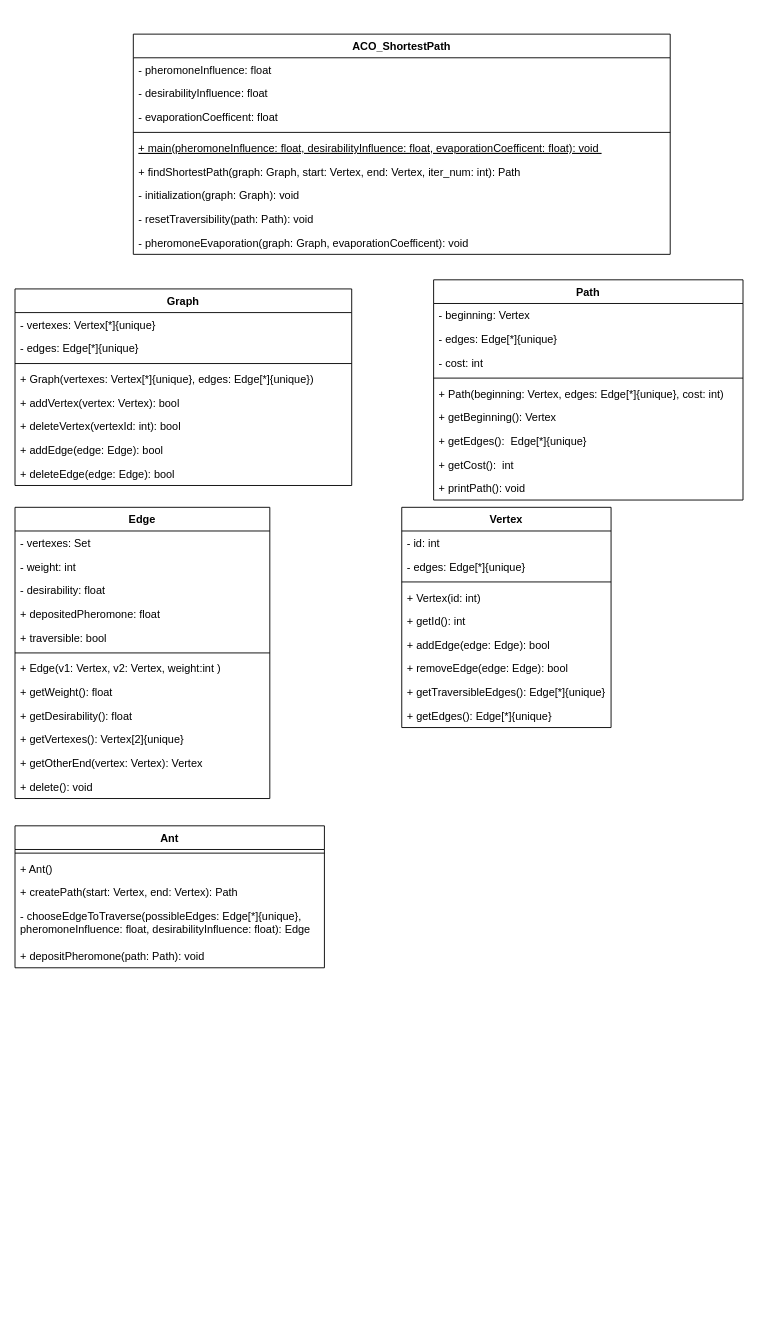
Michael-Czekanski/ACO_ShortestPath_Documentation keeps this draw.io diagram as Diagrams/ClassDiagram_ACO_ShortestPath.drawio. Above is the earlier version. Source tidied: cells renumbered, new cells numbered last; positions are measured from the earlier drawing's top-left corner, leaving out a move shared by most shapes. Both pictures are drawn from the tidied source at 91%, with x=0, y=0 at pixel (15, 34).
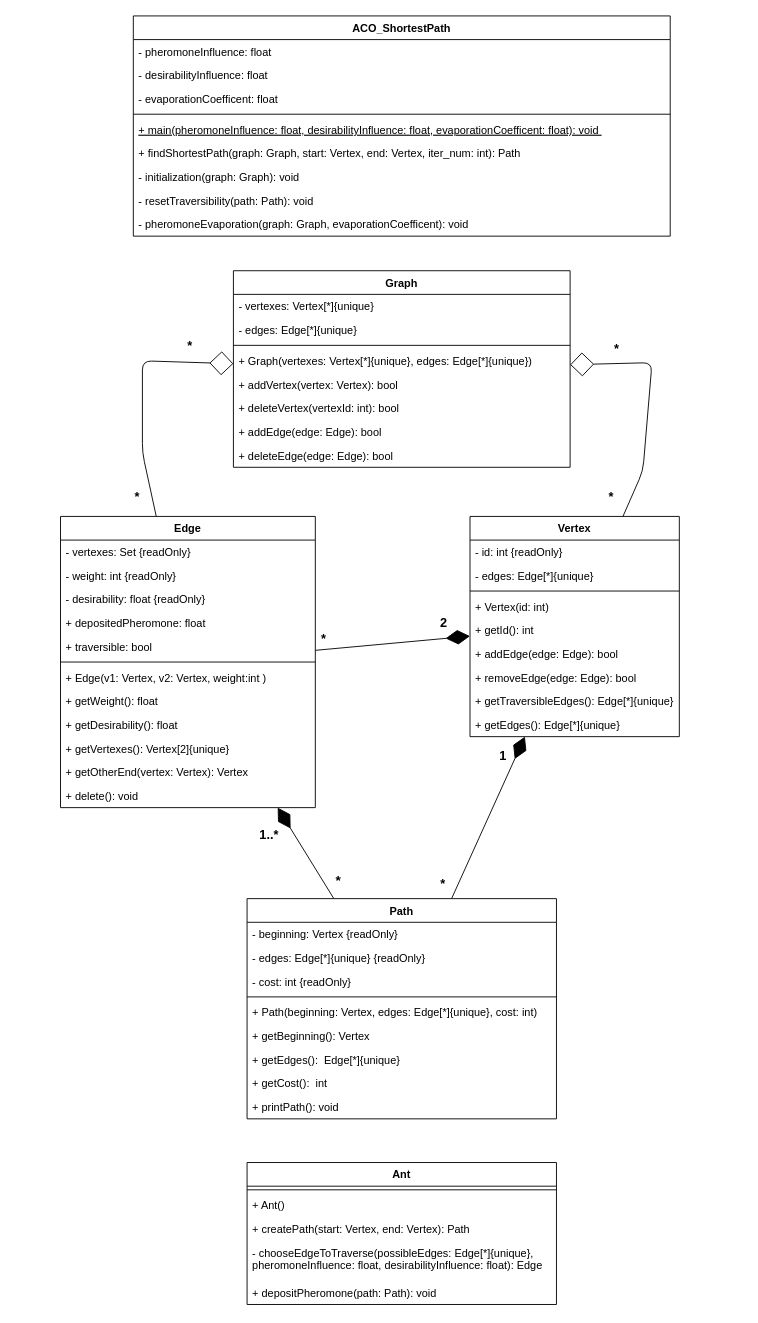
The same page after the edit.

Commit message:
Add aggregations and compositions in class diagram

Diff of the diagram source:
```diff
@@
     <mxCell id="2" value="ACO_ShortestPath" style="swimlane;fontStyle=1;align=center;verticalAlign=top;horizontal=1;startSize=26;" parent="1" vertex="1">
-      <mxGeometry x="130" width="590" height="242" as="geometry" />
+      <mxGeometry x="130" y="-20" width="590" height="242" as="geometry" />
     </mxCell>
@@
+    <mxCell id="60" style="endArrow=diamondThin;endFill=1;endSize=24;html=1;" parent="1" edge="1" source="21" target="34">
+      <mxGeometry relative="1" as="geometry" />
+    </mxCell>
+    <mxCell id="61" value="2" style="edgeLabel;html=1;align=center;verticalAlign=middle;fontSize=14;fontStyle=1;" parent="60" vertex="1">
+      <mxGeometry x="0.63" y="1" relative="1" as="geometry">
+        <mxPoint x="1.9" y="-17.4" as="offset" />
+      </mxGeometry>
+    </mxCell>
+    <mxCell id="62" value="*" style="edgeLabel;html=1;align=center;verticalAlign=middle;fontSize=14;fontStyle=1;" parent="60" vertex="1">
+      <mxGeometry x="-0.9" y="3" relative="1" as="geometry">
+        <mxPoint y="-9.1" as="offset" />
+      </mxGeometry>
+    </mxCell>
+    <mxCell id="63" style="endArrow=diamondThin;endFill=1;endSize=24;html=1;" parent="1" edge="1" source="44" target="21">
+      <mxGeometry relative="1" as="geometry" />
+    </mxCell>
+    <mxCell id="64" value="1..*" style="edgeLabel;html=1;align=center;verticalAlign=middle;fontStyle=1;fontSize=14;" parent="63" vertex="1">
+      <mxGeometry x="0.63" y="1" relative="1" as="geometry">
+        <mxPoint x="-20.5" y="11.1" as="offset" />
+      </mxGeometry>
+    </mxCell>
+    <mxCell id="65" value="*" style="edgeLabel;html=1;align=center;verticalAlign=middle;fontSize=15;fontStyle=1;" parent="63" vertex="1">
+      <mxGeometry x="-0.9" y="3" relative="1" as="geometry">
+        <mxPoint x="9.8" y="-17.3" as="offset" />
+      </mxGeometry>
+    </mxCell>
+    <mxCell id="66" style="endArrow=diamondThin;endFill=1;endSize=24;html=1;" parent="1" edge="1" source="44" target="34">
+      <mxGeometry relative="1" as="geometry" />
+    </mxCell>
+    <mxCell id="67" value="1" style="edgeLabel;html=1;align=center;verticalAlign=middle;fontSize=14;fontStyle=1;" parent="66" vertex="1">
+      <mxGeometry x="0.63" y="1" relative="1" as="geometry">
+        <mxPoint x="-8.4" y="-12" as="offset" />
+      </mxGeometry>
+    </mxCell>
+    <mxCell id="68" value="*" style="edgeLabel;html=1;align=center;verticalAlign=middle;fontSize=14;fontStyle=1;" parent="66" vertex="1">
+      <mxGeometry x="-0.9" y="3" relative="1" as="geometry">
+        <mxPoint x="-11.9" y="-5.8" as="offset" />
+      </mxGeometry>
+    </mxCell>
     <mxCell id="12" value="Graph" style="swimlane;fontStyle=1;align=center;verticalAlign=top;horizontal=1;startSize=26;" parent="1" vertex="1">
-      <mxGeometry y="280" width="370" height="216" as="geometry" />
+      <mxGeometry x="240" y="260" width="370" height="216" as="geometry" />
     </mxCell>
@@
+    <mxCell id="34" value="Vertex" style="swimlane;fontStyle=1;align=center;verticalAlign=top;horizontal=1;startSize=26;" parent="1" vertex="1">
+      <mxGeometry x="500" y="530" width="230" height="242" as="geometry" />
+    </mxCell>
+    <mxCell id="35" value="- id: int {readOnly}" style="text;strokeColor=none;fillColor=none;align=left;verticalAlign=top;spacingLeft=4;spacingRight=4;overflow=hidden;" parent="34" vertex="1">
+      <mxGeometry y="26" width="230" height="26" as="geometry" />
+    </mxCell>
+    <mxCell id="36" value="- edges: Edge[*]{unique}" style="text;strokeColor=none;fillColor=none;align=left;verticalAlign=top;spacingLeft=4;spacingRight=4;overflow=hidden;" parent="34" vertex="1">
+      <mxGeometry y="52" width="230" height="26" as="geometry" />
+    </mxCell>
+    <mxCell id="37" style="line;strokeWidth=1;fillColor=none;align=left;verticalAlign=middle;spacingTop=-1;spacingLeft=3;spacingRight=3;labelPosition=right;" parent="34" vertex="1">
+      <mxGeometry y="78" width="230" height="8" as="geometry" />
+    </mxCell>
+    <mxCell id="38" value="+ Vertex(id: int) " style="text;strokeColor=none;fillColor=none;align=left;verticalAlign=top;spacingLeft=4;spacingRight=4;overflow=hidden;" parent="34" vertex="1">
+      <mxGeometry y="86" width="230" height="26" as="geometry" />
+    </mxCell>
+    <mxCell id="39" value="+ getId(): int" style="text;strokeColor=none;fillColor=none;align=left;verticalAlign=top;spacingLeft=4;spacingRight=4;overflow=hidden;" parent="34" vertex="1">
+      <mxGeometry y="112" width="230" height="26" as="geometry" />
+    </mxCell>
+    <mxCell id="40" value="+ addEdge(edge: Edge): bool" style="text;strokeColor=none;fillColor=none;align=left;verticalAlign=top;spacingLeft=4;spacingRight=4;overflow=hidden;" parent="34" vertex="1">
+      <mxGeometry y="138" width="230" height="26" as="geometry" />
+    </mxCell>
+    <mxCell id="41" value="+ removeEdge(edge: Edge): bool" style="text;strokeColor=none;fillColor=none;align=left;verticalAlign=top;spacingLeft=4;spacingRight=4;overflow=hidden;" parent="34" vertex="1">
+      <mxGeometry y="164" width="230" height="26" as="geometry" />
+    </mxCell>
+    <mxCell id="42" value="+ getTraversibleEdges(): Edge[*]{unique}" style="text;strokeColor=none;fillColor=none;align=left;verticalAlign=top;spacingLeft=4;spacingRight=4;overflow=hidden;" parent="34" vertex="1">
+      <mxGeometry y="190" width="230" height="26" as="geometry" />
+    </mxCell>
+    <mxCell id="43" value="+ getEdges(): Edge[*]{unique}" style="text;strokeColor=none;fillColor=none;align=left;verticalAlign=top;spacingLeft=4;spacingRight=4;overflow=hidden;" parent="34" vertex="1">
+      <mxGeometry y="216" width="230" height="26" as="geometry" />
+    </mxCell>
     <mxCell id="21" value="Edge" style="swimlane;fontStyle=1;align=center;verticalAlign=top;horizontal=1;startSize=26;" parent="1" vertex="1">
-      <mxGeometry y="520" width="280" height="320" as="geometry" />
+      <mxGeometry x="50" y="530" width="280" height="320" as="geometry" />
     </mxCell>
-    <mxCell id="22" value="- vertexes: Set" style="text;strokeColor=none;fillColor=none;align=left;verticalAlign=top;spacingLeft=4;spacingRight=4;overflow=hidden;" parent="21" vertex="1">
+    <mxCell id="22" value="- vertexes: Set {readOnly}" style="text;strokeColor=none;fillColor=none;align=left;verticalAlign=top;spacingLeft=4;spacingRight=4;overflow=hidden;" parent="21" vertex="1">
       <mxGeometry y="26" width="280" height="26" as="geometry" />
     </mxCell>
-    <mxCell id="23" value="- weight: int" style="text;strokeColor=none;fillColor=none;align=left;verticalAlign=top;spacingLeft=4;spacingRight=4;overflow=hidden;" parent="21" vertex="1">
+    <mxCell id="23" value="- weight: int {readOnly}" style="text;strokeColor=none;fillColor=none;align=left;verticalAlign=top;spacingLeft=4;spacingRight=4;overflow=hidden;" parent="21" vertex="1">
       <mxGeometry y="52" width="280" height="26" as="geometry" />
     </mxCell>
-    <mxCell id="24" value="- desirability: float" style="text;strokeColor=none;fillColor=none;align=left;verticalAlign=top;spacingLeft=4;spacingRight=4;overflow=hidden;" parent="21" vertex="1">
+    <mxCell id="24" value="- desirability: float {readOnly}" style="text;strokeColor=none;fillColor=none;align=left;verticalAlign=top;spacingLeft=4;spacingRight=4;overflow=hidden;" parent="21" vertex="1">
       <mxGeometry y="78" width="280" height="26" as="geometry" />
     </mxCell>
@@
-    <mxCell id="34" value="Vertex" style="swimlane;fontStyle=1;align=center;verticalAlign=top;horizontal=1;startSize=26;" parent="1" vertex="1">
-      <mxGeometry x="425" y="520" width="230" height="242" as="geometry" />
-    </mxCell>
-    <mxCell id="35" value="- id: int" style="text;strokeColor=none;fillColor=none;align=left;verticalAlign=top;spacingLeft=4;spacingRight=4;overflow=hidden;" parent="34" vertex="1">
-      <mxGeometry y="26" width="230" height="26" as="geometry" />
-    </mxCell>
-    <mxCell id="36" value="- edges: Edge[*]{unique}" style="text;strokeColor=none;fillColor=none;align=left;verticalAlign=top;spacingLeft=4;spacingRight=4;overflow=hidden;" parent="34" vertex="1">
-      <mxGeometry y="52" width="230" height="26" as="geometry" />
-    </mxCell>
-    <mxCell id="37" style="line;strokeWidth=1;fillColor=none;align=left;verticalAlign=middle;spacingTop=-1;spacingLeft=3;spacingRight=3;labelPosition=right;" parent="34" vertex="1">
-      <mxGeometry y="78" width="230" height="8" as="geometry" />
-    </mxCell>
-    <mxCell id="38" value="+ Vertex(id: int) " style="text;strokeColor=none;fillColor=none;align=left;verticalAlign=top;spacingLeft=4;spacingRight=4;overflow=hidden;" parent="34" vertex="1">
-      <mxGeometry y="86" width="230" height="26" as="geometry" />
-    </mxCell>
-    <mxCell id="39" value="+ getId(): int" style="text;strokeColor=none;fillColor=none;align=left;verticalAlign=top;spacingLeft=4;spacingRight=4;overflow=hidden;" parent="34" vertex="1">
-      <mxGeometry y="112" width="230" height="26" as="geometry" />
-    </mxCell>
-    <mxCell id="40" value="+ addEdge(edge: Edge): bool" style="text;strokeColor=none;fillColor=none;align=left;verticalAlign=top;spacingLeft=4;spacingRight=4;overflow=hidden;" parent="34" vertex="1">
-      <mxGeometry y="138" width="230" height="26" as="geometry" />
-    </mxCell>
-    <mxCell id="41" value="+ removeEdge(edge: Edge): bool" style="text;strokeColor=none;fillColor=none;align=left;verticalAlign=top;spacingLeft=4;spacingRight=4;overflow=hidden;" parent="34" vertex="1">
-      <mxGeometry y="164" width="230" height="26" as="geometry" />
-    </mxCell>
-    <mxCell id="42" value="+ getTraversibleEdges(): Edge[*]{unique}" style="text;strokeColor=none;fillColor=none;align=left;verticalAlign=top;spacingLeft=4;spacingRight=4;overflow=hidden;" parent="34" vertex="1">
-      <mxGeometry y="190" width="230" height="26" as="geometry" />
-    </mxCell>
-    <mxCell id="43" value="+ getEdges(): Edge[*]{unique}" style="text;strokeColor=none;fillColor=none;align=left;verticalAlign=top;spacingLeft=4;spacingRight=4;overflow=hidden;" parent="34" vertex="1">
-      <mxGeometry y="216" width="230" height="26" as="geometry" />
-    </mxCell>
     <mxCell id="44" value="Path" style="swimlane;fontStyle=1;align=center;verticalAlign=top;horizontal=1;startSize=26;" parent="1" vertex="1">
-      <mxGeometry x="460" y="270" width="340" height="242" as="geometry" />
+      <mxGeometry x="255" y="950" width="340" height="242" as="geometry" />
     </mxCell>
-    <mxCell id="45" value="- beginning: Vertex" style="text;strokeColor=none;fillColor=none;align=left;verticalAlign=top;spacingLeft=4;spacingRight=4;overflow=hidden;" parent="44" vertex="1">
+    <mxCell id="45" value="- beginning: Vertex {readOnly}" style="text;strokeColor=none;fillColor=none;align=left;verticalAlign=top;spacingLeft=4;spacingRight=4;overflow=hidden;" parent="44" vertex="1">
       <mxGeometry y="26" width="340" height="26" as="geometry" />
     </mxCell>
-    <mxCell id="46" value="- edges: Edge[*]{unique}" style="text;strokeColor=none;fillColor=none;align=left;verticalAlign=top;spacingLeft=4;spacingRight=4;overflow=hidden;" parent="44" vertex="1">
+    <mxCell id="46" value="- edges: Edge[*]{unique} {readOnly}" style="text;strokeColor=none;fillColor=none;align=left;verticalAlign=top;spacingLeft=4;spacingRight=4;overflow=hidden;" parent="44" vertex="1">
       <mxGeometry y="52" width="340" height="26" as="geometry" />
     </mxCell>
-    <mxCell id="47" value="- cost: int" style="text;strokeColor=none;fillColor=none;align=left;verticalAlign=top;spacingLeft=4;spacingRight=4;overflow=hidden;" parent="44" vertex="1">
+    <mxCell id="47" value="- cost: int {readOnly}" style="text;strokeColor=none;fillColor=none;align=left;verticalAlign=top;spacingLeft=4;spacingRight=4;overflow=hidden;" parent="44" vertex="1">
       <mxGeometry y="78" width="340" height="26" as="geometry" />
     </mxCell>
@@
+    <mxCell id="69" style="endArrow=diamond;endFill=0;endSize=24;html=1;" parent="1" edge="1" source="21" target="12">
+      <mxGeometry relative="1" as="geometry">
+        <Array as="points">
+          <mxPoint x="140" y="460" />
+          <mxPoint x="140" y="359" />
+        </Array>
+      </mxGeometry>
+    </mxCell>
+    <mxCell id="70" value="*" style="edgeLabel;html=1;align=center;verticalAlign=middle;fontSize=14;fontStyle=1;" parent="69" vertex="1">
+      <mxGeometry x="0.63" y="1" relative="1" as="geometry">
+        <mxPoint x="1.9" y="-17.4" as="offset" />
+      </mxGeometry>
+    </mxCell>
+    <mxCell id="71" value="*" style="edgeLabel;html=1;align=center;verticalAlign=middle;fontSize=14;fontStyle=1;" parent="69" vertex="1">
+      <mxGeometry x="-0.9" y="3" relative="1" as="geometry">
+        <mxPoint x="-16.1" y="-9.1" as="offset" />
+      </mxGeometry>
+    </mxCell>
+    <mxCell id="72" style="endArrow=diamond;endFill=0;endSize=24;html=1;" parent="1" edge="1" source="34" target="12">
+      <mxGeometry relative="1" as="geometry">
+        <Array as="points">
+          <mxPoint x="690" y="480" />
+          <mxPoint x="700" y="361" />
+        </Array>
+      </mxGeometry>
+    </mxCell>
+    <mxCell id="73" value="*" style="edgeLabel;html=1;align=center;verticalAlign=middle;fontSize=14;fontStyle=1;" parent="72" vertex="1">
+      <mxGeometry x="0.63" y="1" relative="1" as="geometry">
+        <mxPoint x="1.9" y="-17.4" as="offset" />
+      </mxGeometry>
+    </mxCell>
+    <mxCell id="74" value="*" style="edgeLabel;html=1;align=center;verticalAlign=middle;fontSize=14;fontStyle=1;" parent="72" vertex="1">
+      <mxGeometry x="-0.9" y="3" relative="1" as="geometry">
+        <mxPoint x="-16.1" y="-9.1" as="offset" />
+      </mxGeometry>
+    </mxCell>
     <mxCell id="54" value="Ant" style="swimlane;fontStyle=1;align=center;verticalAlign=top;horizontal=1;startSize=26;" parent="1" vertex="1">
-      <mxGeometry y="870" width="340" height="156" as="geometry" />
+      <mxGeometry x="255" y="1240" width="340" height="156" as="geometry" />
     </mxCell>
```
